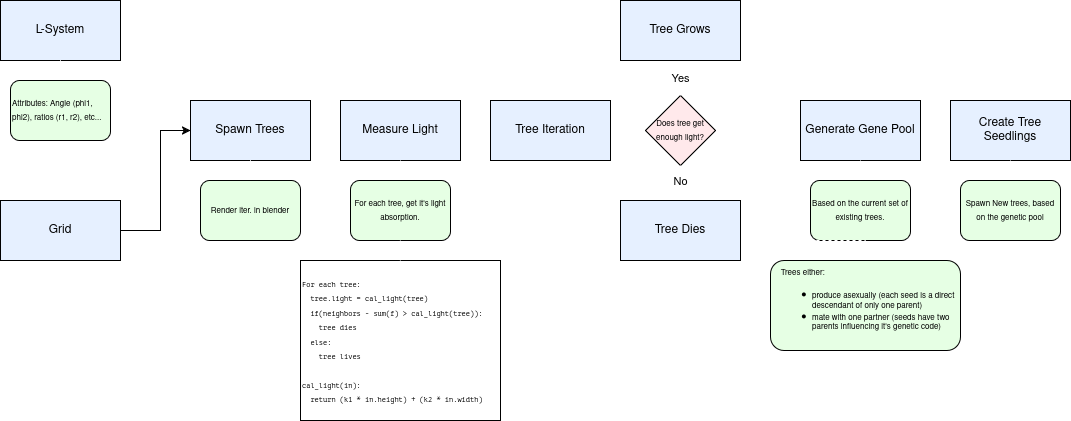
Above: gengraph.png in KristianCuervo/DigitalForest (draw.io), before the change. Source tidied: cells renumbered, new cells last; positions are measured from the earlier drawing's top-left corner, leaving out a move shared by most shapes.
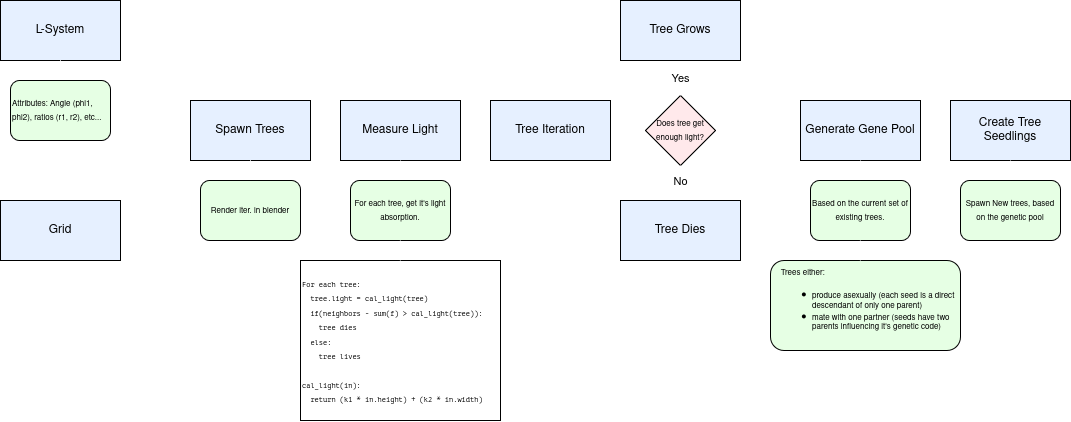
The same diagram one commit later.

Commit message:
fixed the one fuckass black arrow

Change to the diagram source:
```diff
@@ -13,7 +13,7 @@
     <mxCell id="3" value="L-System" style="rounded=0;whiteSpace=wrap;html=1;fillColor=#E6F0FF;" parent="1" vertex="1">
       <mxGeometry width="120" height="60" as="geometry" />
     </mxCell>
-    <mxCell id="4" style="edgeStyle=orthogonalEdgeStyle;rounded=0;jettySize=auto;html=1;entryX=0;entryY=0.5;entryDx=0;entryDy=0;" parent="1" edge="1" source="5" target="7">
+    <mxCell id="4" style="edgeStyle=orthogonalEdgeStyle;rounded=0;jettySize=auto;html=1;entryX=0;entryY=0.5;entryDx=0;entryDy=0;strokeColor=#FFFFFF;" parent="1" edge="1" source="5" target="7">
       <mxGeometry relative="1" as="geometry">
         <Array as="points">
           <mxPoint x="160" y="230" />
@@ -103,6 +103,9 @@
     <mxCell id="30" style="edgeStyle=orthogonalEdgeStyle;rounded=0;jettySize=auto;html=1;endArrow=none;startFill=0;dashed=1;strokeColor=#FFFFFF;" parent="1" edge="1" source="31">
       <mxGeometry relative="1" as="geometry">
         <mxPoint x="860" y="160" as="targetPoint" />
+        <Array as="points">
+          <mxPoint x="860" y="160" />
+        </Array>
       </mxGeometry>
     </mxCell>
     <mxCell id="31" value="&lt;div align=&quot;center&quot;&gt;&lt;font style=&quot;font-size: 8px;&quot;&gt;Based on the current set of existing trees.&lt;/font&gt;&lt;/div&gt;" style="rounded=1;whiteSpace=wrap;html=1;align=center;fillColor=#E6FFE4;" parent="1" vertex="1">
@@ -125,13 +128,17 @@
         <mxPoint x="399.9" y="240" as="targetPoint" />
       </mxGeometry>
     </mxCell>
-    <mxCell id="36" style="edgeStyle=orthogonalEdgeStyle;rounded=0;jettySize=auto;html=1;endArrow=none;startFill=0;dashed=1;strokeColor=#FFFFFF;" parent="1" edge="1" source="37">
-      <mxGeometry relative="1" as="geometry">
-        <mxPoint x="810" y="240" as="targetPoint" />
-      </mxGeometry>
-    </mxCell>
     <mxCell id="37" value="&lt;div style=&quot;line-height: 80%;&quot;&gt;&lt;div&gt;&lt;font style=&quot;font-size: 8px; line-height: 80%;&quot;&gt;&amp;nbsp;&amp;nbsp;&amp;nbsp; Trees either:&lt;/font&gt;&lt;/div&gt;&lt;div&gt;&lt;ul&gt;&lt;li&gt;&lt;font style=&quot;font-size: 8px; line-height: 80%;&quot;&gt;produce asexually (each seed is a direct descendant of only one parent)&lt;/font&gt;&lt;/li&gt;&lt;li&gt;&lt;font style=&quot;font-size: 8px; line-height: 80%;&quot;&gt;mate with one partner (seeds have two parents influencing it's genetic code)&lt;/font&gt;&lt;/li&gt;&lt;/ul&gt;&lt;/div&gt;&lt;/div&gt;" style="rounded=1;whiteSpace=wrap;html=1;align=left;fillColor=#E6FFE4;" parent="1" vertex="1">
       <mxGeometry x="770" y="260" width="190" height="90" as="geometry" />
     </mxCell>
+    <mxCell id="38" style="edgeStyle=orthogonalEdgeStyle;rounded=0;orthogonalLoop=1;jettySize=auto;html=1;endArrow=none;startFill=0;dashed=1;strokeColor=#FFFFFF;" parent="1" edge="1">
+      <mxGeometry relative="1" as="geometry">
+        <mxPoint x="859.9" y="260" as="sourcePoint" />
+        <mxPoint x="859.9" y="240" as="targetPoint" />
+        <Array as="points">
+          <mxPoint x="859.9" y="240" />
+        </Array>
+      </mxGeometry>
+    </mxCell>
   </root>
 </mxGraphModel>
```
